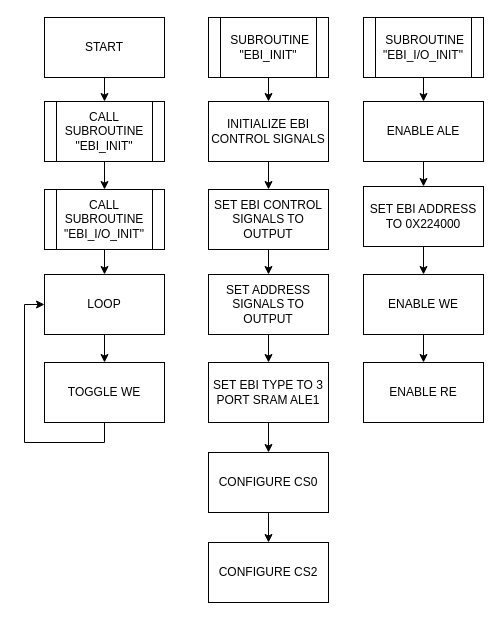
Before: lab_4_flowchart.drawio in S-Miller-UFL/4744lab4, a draw.io diagram. Source tidied: cells renumbered, new cells numbered last; positions are measured from the earlier drawing's top-left corner, leaving out a move shared by most shapes. Both pictures are drawn from the tidied source at 100%, with x=0, y=0 at pixel (44, 17).
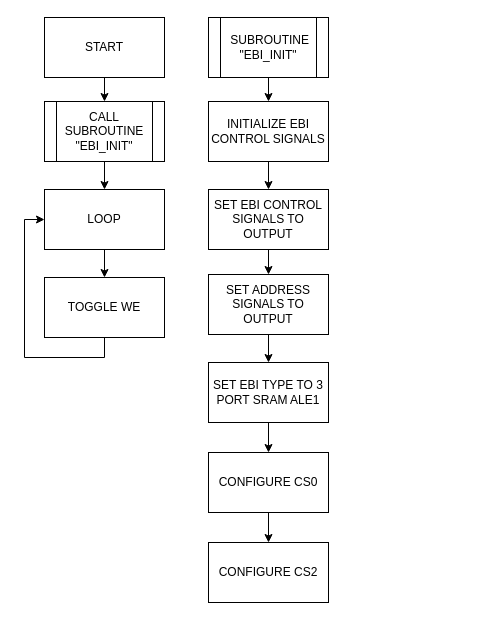
The same page after the edit.

Unchanged cells that the change refers to:
```xml
<mxCell id="5" value="CALL SUBROUTINE &quot;EBI_INIT&quot;" style="shape=process;whiteSpace=wrap;html=1;backgroundOutline=1;rounded=0;" parent="1" vertex="1">
  <mxGeometry y="84" width="120" height="60" as="geometry" />
</mxCell>
```

Diff of the diagram source:
```diff
@@
-    <mxCell id="4" style="edgeStyle=orthogonalEdgeStyle;rounded=0;jettySize=auto;html=1;" parent="1" edge="1" source="5" target="28">
-      <mxGeometry relative="1" as="geometry" />
-    </mxCell>
+    <mxCell id="34" style="edgeStyle=orthogonalEdgeStyle;rounded=0;jettySize=auto;html=1;exitX=0.5;exitY=1;exitDx=0;exitDy=0;entryX=0.5;entryY=0;entryDx=0;entryDy=0;" parent="1" edge="1" source="5" target="20">
+      <mxGeometry relative="1" as="geometry" />
+    </mxCell>
@@
     <mxCell id="20" value="LOOP" style="whiteSpace=wrap;html=1;rounded=0;" parent="1" vertex="1">
-      <mxGeometry y="257" width="120" height="60" as="geometry" />
+      <mxGeometry y="172" width="120" height="60" as="geometry" />
     </mxCell>
-    <mxCell id="21" style="edgeStyle=orthogonalEdgeStyle;rounded=0;jettySize=auto;html=1;exitX=0.5;exitY=1;exitDx=0;exitDy=0;entryX=0.5;entryY=0;entryDx=0;entryDy=0;" parent="1" edge="1" source="22" target="24">
-      <mxGeometry relative="1" as="geometry" />
-    </mxCell>
-    <mxCell id="22" value="&amp;nbsp;SUBROUTINE &quot;EBI_I/O_INIT&quot;" style="shape=process;whiteSpace=wrap;html=1;backgroundOutline=1;rounded=0;" parent="1" vertex="1">
-      <mxGeometry x="319" width="120" height="60" as="geometry" />
-    </mxCell>
-    <mxCell id="23" style="edgeStyle=orthogonalEdgeStyle;rounded=0;jettySize=auto;html=1;exitX=0.5;exitY=1;exitDx=0;exitDy=0;entryX=0.5;entryY=0;entryDx=0;entryDy=0;" parent="1" edge="1" source="24" target="26">
-      <mxGeometry relative="1" as="geometry" />
-    </mxCell>
-    <mxCell id="24" value="ENABLE ALE" style="whiteSpace=wrap;html=1;rounded=0;" parent="1" vertex="1">
-      <mxGeometry x="319" y="84" width="120" height="60" as="geometry" />
-    </mxCell>
-    <mxCell id="25" style="edgeStyle=orthogonalEdgeStyle;rounded=0;jettySize=auto;html=1;" parent="1" edge="1" source="26" target="30">
-      <mxGeometry relative="1" as="geometry" />
-    </mxCell>
-    <mxCell id="26" value="SET EBI ADDRESS TO 0X224000" style="whiteSpace=wrap;html=1;rounded=0;" parent="1" vertex="1">
-      <mxGeometry x="319" y="169" width="120" height="60" as="geometry" />
-    </mxCell>
-    <mxCell id="27" style="edgeStyle=orthogonalEdgeStyle;rounded=0;jettySize=auto;html=1;exitX=0.5;exitY=1;exitDx=0;exitDy=0;entryX=0.5;entryY=0;entryDx=0;entryDy=0;" parent="1" edge="1" source="28" target="20">
-      <mxGeometry relative="1" as="geometry" />
-    </mxCell>
-    <mxCell id="28" value="CALL SUBROUTINE &quot;EBI_I/O_INIT&quot;" style="shape=process;whiteSpace=wrap;html=1;backgroundOutline=1;rounded=0;" parent="1" vertex="1">
-      <mxGeometry y="172" width="120" height="60" as="geometry" />
-    </mxCell>
-    <mxCell id="29" style="edgeStyle=orthogonalEdgeStyle;rounded=0;jettySize=auto;html=1;" parent="1" edge="1" source="30" target="31">
-      <mxGeometry relative="1" as="geometry" />
-    </mxCell>
-    <mxCell id="30" value="ENABLE WE" style="whiteSpace=wrap;html=1;rounded=0;" parent="1" vertex="1">
-      <mxGeometry x="319" y="257" width="120" height="60" as="geometry" />
-    </mxCell>
-    <mxCell id="31" value="ENABLE RE" style="whiteSpace=wrap;html=1;rounded=0;" parent="1" vertex="1">
-      <mxGeometry x="319" y="345" width="120" height="60" as="geometry" />
-    </mxCell>
@@
     <mxCell id="33" value="TOGGLE WE" style="whiteSpace=wrap;html=1;rounded=0;" parent="1" vertex="1">
-      <mxGeometry y="345" width="120" height="60" as="geometry" />
+      <mxGeometry y="260" width="120" height="60" as="geometry" />
     </mxCell>
```
